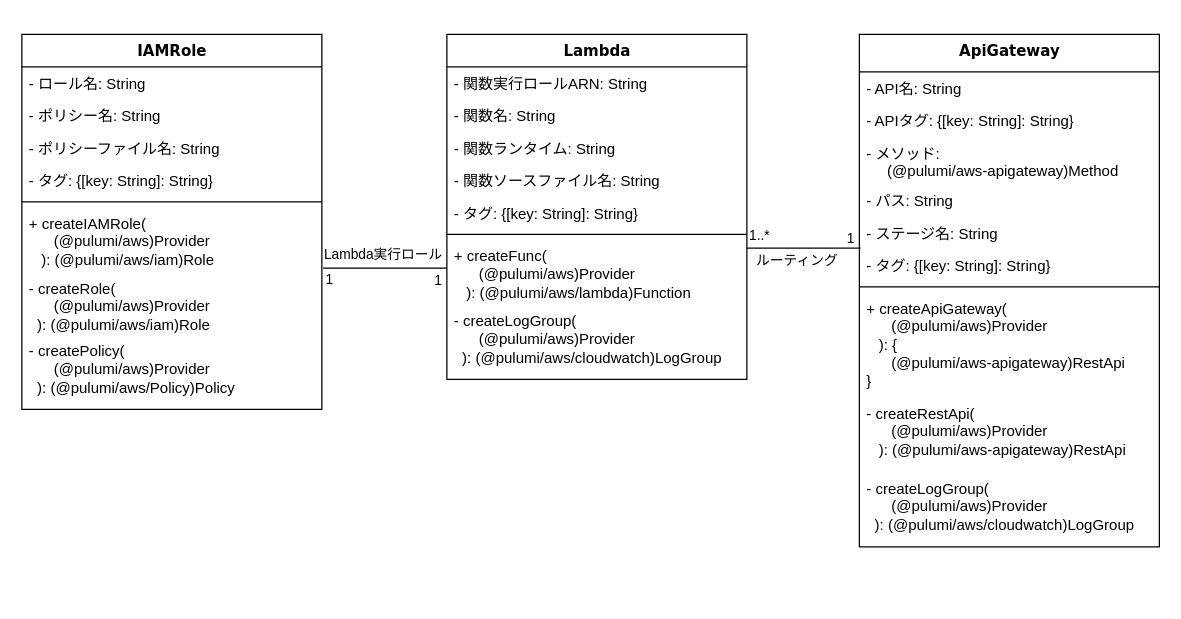
The draw.io diagram .docs/PicToTextInfraClass.drawio in takata-kento/InfraPicToTxt, before the edit. Source tidied: cells renumbered, new cells numbered last; positions are measured from the earlier drawing's top-left corner, leaving out a move shared by most shapes. Both pictures are drawn from the tidied source at 125%, with x=0, y=0 at pixel (21, 34).
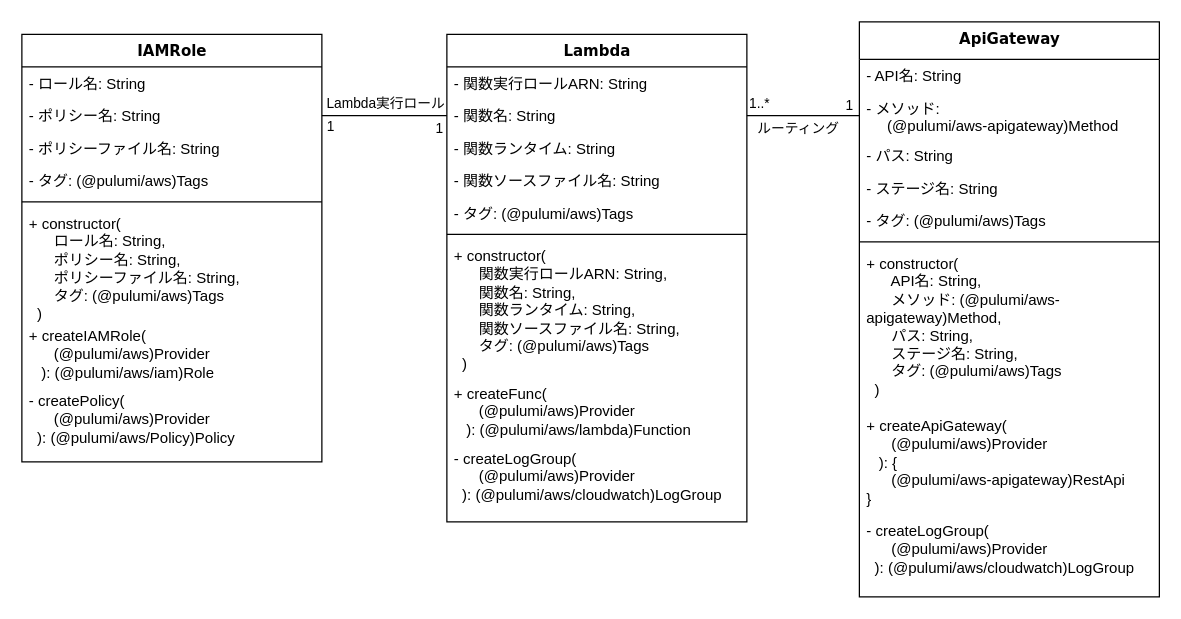
The same diagram, later.

Commit message (it also covers changes not shown here):
コンストラクタの記述が無かったので修正

Unchanged cells that the change refers to:
```xml
<mxCell id="4" value="- 関数名: String" style="text;html=1;strokeColor=none;fillColor=none;align=left;verticalAlign=top;spacingLeft=4;spacingRight=4;whiteSpace=wrap;overflow=hidden;points=[[0,0.5],[1,0.5]];portConstraint=eastwest;" parent="2" vertex="1">
  <mxGeometry y="52" width="240" height="26" as="geometry" />
</mxCell>
<mxCell id="30" value="- ポリシー名: String" style="text;html=1;strokeColor=none;fillColor=none;align=left;verticalAlign=top;spacingLeft=4;spacingRight=4;whiteSpace=wrap;overflow=hidden;points=[[0,0.5],[1,0.5]];portConstraint=eastwest;" parent="28" vertex="1">
  <mxGeometry y="52" width="240" height="26" as="geometry" />
</mxCell>
```

Diff of the diagram source:
```diff
@@
     <mxCell id="2" value="Lambda" style="swimlane;html=1;fontStyle=1;align=center;verticalAlign=top;horizontal=1;startSize=26;swimlaneFillColor=#ffffff;rounded=0;shadow=0;comic=0;labelBackgroundColor=none;strokeWidth=1;fillColor=none;fontFamily=Verdana;fontSize=12;" parent="1" vertex="1">
-      <mxGeometry x="340" width="240" height="276" as="geometry" />
+      <mxGeometry x="340" width="240" height="390" as="geometry" />
     </mxCell>
@@
-    <mxCell id="7" value="- タグ: {[key: String]: String}" style="text;html=1;strokeColor=none;fillColor=none;align=left;verticalAlign=top;spacingLeft=4;spacingRight=4;whiteSpace=wrap;overflow=hidden;" parent="2" vertex="1">
+    <mxCell id="7" value="- タグ: (@pulumi/aws)Tags" style="text;html=1;strokeColor=none;fillColor=none;align=left;verticalAlign=top;spacingLeft=4;spacingRight=4;whiteSpace=wrap;overflow=hidden;" parent="2" vertex="1">
       <mxGeometry y="130" width="240" height="26" as="geometry" />
     </mxCell>
@@
+    <mxCell id="41" value="+ constructor(&lt;div&gt;&amp;nbsp; &amp;nbsp; &amp;nbsp; 関数実行ロールARN: String,&lt;/div&gt;&lt;div&gt;&amp;nbsp; &amp;nbsp; &amp;nbsp; 関数名: String,&lt;/div&gt;&lt;div&gt;&amp;nbsp; &amp;nbsp; &amp;nbsp; 関数ランタイム: String,&lt;/div&gt;&lt;div&gt;&amp;nbsp; &amp;nbsp; &amp;nbsp; 関数ソースファイル名: String,&lt;br&gt;&lt;/div&gt;&lt;div&gt;&amp;nbsp; &amp;nbsp; &amp;nbsp; タグ:&amp;nbsp;&lt;span style=&quot;background-color: initial;&quot;&gt;(@pulumi/aws)Tags&lt;/span&gt;&lt;/div&gt;&lt;div&gt;&amp;nbsp; )&lt;/div&gt;" style="text;html=1;strokeColor=none;fillColor=none;align=left;verticalAlign=top;spacingLeft=4;spacingRight=4;whiteSpace=wrap;overflow=hidden;" parent="2" vertex="1">
+      <mxGeometry y="164" width="240" height="110" as="geometry" />
+    </mxCell>
     <mxCell id="9" value="+ createFunc(&lt;div&gt;&amp;nbsp; &amp;nbsp; &amp;nbsp; (@pulumi/aws)Provider&lt;/div&gt;&lt;div&gt;&amp;nbsp; &amp;nbsp;): (@pulumi/aws/lambda)Function&lt;/div&gt;" style="text;html=1;strokeColor=none;fillColor=none;align=left;verticalAlign=top;spacingLeft=4;spacingRight=4;whiteSpace=wrap;overflow=hidden;points=[[0,0.5],[1,0.5]];portConstraint=eastwest;" parent="2" vertex="1">
-      <mxGeometry y="164" width="240" height="52" as="geometry" />
+      <mxGeometry y="274" width="240" height="52" as="geometry" />
     </mxCell>
     <mxCell id="10" value="- createLogGroup(&lt;div&gt;&amp;nbsp; &amp;nbsp; &amp;nbsp; (@pulumi/aws)Provider&lt;/div&gt;&lt;div&gt;&amp;nbsp; ):&amp;nbsp;&lt;span style=&quot;background-color: initial;&quot;&gt;(@pulumi/aws/cloudwatch)LogGroup&lt;/span&gt;&lt;/div&gt;" style="text;html=1;strokeColor=none;fillColor=none;align=left;verticalAlign=top;spacingLeft=4;spacingRight=4;whiteSpace=wrap;overflow=hidden;" parent="2" vertex="1">
-      <mxGeometry y="216" width="240" height="50" as="geometry" />
+      <mxGeometry y="326" width="240" height="50" as="geometry" />
     </mxCell>
@@
     <mxCell id="13" value="&lt;div&gt;ApiGateway&lt;/div&gt;" style="swimlane;html=1;fontStyle=1;align=center;verticalAlign=top;horizontal=1;startSize=30;swimlaneFillColor=#ffffff;rounded=0;shadow=0;comic=0;labelBackgroundColor=none;strokeWidth=1;fillColor=none;fontFamily=Verdana;fontSize=12;" parent="1" vertex="1">
-      <mxGeometry x="670" width="240" height="410" as="geometry" />
+      <mxGeometry x="670" y="-10" width="240" height="460" as="geometry" />
     </mxCell>
@@
-    <mxCell id="15" value="- APIタグ: {[key: String]: String}" style="text;html=1;strokeColor=none;fillColor=none;align=left;verticalAlign=top;spacingLeft=4;spacingRight=4;whiteSpace=wrap;overflow=hidden;" parent="13" vertex="1">
-      <mxGeometry y="56" width="240" height="26" as="geometry" />
-    </mxCell>
     <mxCell id="16" value="- メソッド:&lt;div&gt;&amp;nbsp; &amp;nbsp; &amp;nbsp;(@pulumi/aws-apigateway)Method&lt;/div&gt;" style="text;html=1;strokeColor=none;fillColor=none;align=left;verticalAlign=top;spacingLeft=4;spacingRight=4;whiteSpace=wrap;overflow=hidden;points=[[0,0.5],[1,0.5]];portConstraint=eastwest;" parent="13" vertex="1">
-      <mxGeometry y="82" width="240" height="38" as="geometry" />
+      <mxGeometry y="56" width="240" height="38" as="geometry" />
     </mxCell>
     <mxCell id="17" value="- パス: String" style="text;html=1;strokeColor=none;fillColor=none;align=left;verticalAlign=top;spacingLeft=4;spacingRight=4;whiteSpace=wrap;overflow=hidden;" parent="13" vertex="1">
-      <mxGeometry y="120" width="240" height="26" as="geometry" />
+      <mxGeometry y="94" width="240" height="26" as="geometry" />
     </mxCell>
     <mxCell id="18" value="- ステージ名: String" style="text;html=1;strokeColor=none;fillColor=none;align=left;verticalAlign=top;spacingLeft=4;spacingRight=4;whiteSpace=wrap;overflow=hidden;points=[[0,0.5],[1,0.5]];portConstraint=eastwest;" parent="13" vertex="1">
-      <mxGeometry y="146" width="240" height="26" as="geometry" />
+      <mxGeometry y="120" width="240" height="26" as="geometry" />
     </mxCell>
-    <mxCell id="19" value="- タグ: {[key: String]: String}" style="text;html=1;strokeColor=none;fillColor=none;align=left;verticalAlign=top;spacingLeft=4;spacingRight=4;whiteSpace=wrap;overflow=hidden;" parent="13" vertex="1">
-      <mxGeometry y="172" width="240" height="26" as="geometry" />
+    <mxCell id="19" value="- タグ: (@pulumi/aws)Tags" style="text;html=1;strokeColor=none;fillColor=none;align=left;verticalAlign=top;spacingLeft=4;spacingRight=4;whiteSpace=wrap;overflow=hidden;" parent="13" vertex="1">
+      <mxGeometry y="146" width="240" height="26" as="geometry" />
     </mxCell>
     <mxCell id="20" style="line;html=1;strokeWidth=1;fillColor=none;align=left;verticalAlign=middle;spacingTop=-1;spacingLeft=3;spacingRight=3;labelPosition=right;" parent="13" vertex="1">
-      <mxGeometry y="198" width="240" height="8" as="geometry" />
+      <mxGeometry y="172" width="240" height="8" as="geometry" />
     </mxCell>
+    <mxCell id="42" value="+ constructor(&lt;div&gt;&amp;nbsp; &amp;nbsp; &amp;nbsp; API名: String,&lt;/div&gt;&lt;div&gt;&amp;nbsp; &amp;nbsp; &amp;nbsp; メソッド: (@pulumi/aws-apigateway)Method,&lt;/div&gt;&lt;div&gt;&amp;nbsp; &amp;nbsp; &amp;nbsp; パス: String,&lt;/div&gt;&lt;div&gt;&amp;nbsp; &amp;nbsp; &amp;nbsp; ステージ名: String,&lt;br&gt;&lt;/div&gt;&lt;div&gt;&amp;nbsp; &amp;nbsp; &amp;nbsp; タグ:&amp;nbsp;&lt;span style=&quot;background-color: initial;&quot;&gt;(@pulumi/aws)Tags&lt;/span&gt;&lt;/div&gt;&lt;div&gt;&amp;nbsp; )&lt;/div&gt;" style="text;html=1;strokeColor=none;fillColor=none;align=left;verticalAlign=top;spacingLeft=4;spacingRight=4;whiteSpace=wrap;overflow=hidden;" parent="13" vertex="1">
+      <mxGeometry y="180" width="240" height="130" as="geometry" />
+    </mxCell>
     <mxCell id="21" value="+ createApiGateway(&lt;div&gt;&amp;nbsp; &amp;nbsp; &amp;nbsp; (@pulumi/aws)Provider&lt;/div&gt;&lt;div&gt;&amp;nbsp; &amp;nbsp;): {&lt;/div&gt;&lt;div&gt;&amp;nbsp; &amp;nbsp; &amp;nbsp; (@pulumi/aws-apigateway)RestApi&lt;/div&gt;&lt;div&gt;&lt;span style=&quot;background-color: initial;&quot;&gt;}&lt;/span&gt;&lt;/div&gt;" style="text;html=1;strokeColor=none;fillColor=none;align=left;verticalAlign=top;spacingLeft=4;spacingRight=4;whiteSpace=wrap;overflow=hidden;" parent="13" vertex="1">
-      <mxGeometry y="206" width="240" height="84" as="geometry" />
+      <mxGeometry y="310" width="240" height="84" as="geometry" />
     </mxCell>
-    <mxCell id="22" value="- createRestApi(&lt;div&gt;&amp;nbsp; &amp;nbsp; &amp;nbsp; (@pulumi/aws)Provider&lt;/div&gt;&lt;div&gt;&amp;nbsp; &amp;nbsp;):&amp;nbsp;&lt;span style=&quot;background-color: initial;&quot;&gt;(@pulumi/aws-apigateway)RestApi&lt;/span&gt;&lt;/div&gt;" style="text;html=1;strokeColor=none;fillColor=none;align=left;verticalAlign=top;spacingLeft=4;spacingRight=4;whiteSpace=wrap;overflow=hidden;" parent="13" vertex="1">
-      <mxGeometry y="290" width="240" height="60" as="geometry" />
-    </mxCell>
     <mxCell id="23" value="- createLogGroup(&lt;div&gt;&amp;nbsp; &amp;nbsp; &amp;nbsp; (@pulumi/aws)Provider&lt;/div&gt;&lt;div&gt;&amp;nbsp; ):&amp;nbsp;&lt;span style=&quot;background-color: initial;&quot;&gt;(@pulumi/aws/cloudwatch)LogGroup&lt;/span&gt;&lt;/div&gt;" style="text;html=1;strokeColor=none;fillColor=none;align=left;verticalAlign=top;spacingLeft=4;spacingRight=4;whiteSpace=wrap;overflow=hidden;" parent="13" vertex="1">
-      <mxGeometry y="350" width="240" height="50" as="geometry" />
+      <mxGeometry y="394" width="240" height="50" as="geometry" />
     </mxCell>
-    <mxCell id="24" style="endArrow=none;html=1;rounded=0;entryX=0.004;entryY=0.962;entryDx=0;entryDy=0;entryPerimeter=0;exitX=1;exitY=0.135;exitDx=0;exitDy=0;exitPerimeter=0;" parent="1" edge="1" source="9" target="18">
+    <mxCell id="24" style="endArrow=none;html=1;rounded=0;entryX=0;entryY=0.5;entryDx=0;entryDy=0;exitX=1;exitY=0.5;exitDx=0;exitDy=0;" parent="1" edge="1" source="4" target="16">
       <mxGeometry relative="1" as="geometry" />
     </mxCell>
@@
     <mxCell id="28" value="IAMRole" style="swimlane;html=1;fontStyle=1;align=center;verticalAlign=top;horizontal=1;startSize=26;swimlaneFillColor=#ffffff;rounded=0;shadow=0;comic=0;labelBackgroundColor=none;strokeWidth=1;fillColor=none;fontFamily=Verdana;fontSize=12;" parent="1" vertex="1">
-      <mxGeometry width="240" height="300" as="geometry" />
+      <mxGeometry width="240" height="342" as="geometry" />
     </mxCell>
@@
-    <mxCell id="32" value="- タグ: {[key: String]: String}" style="text;html=1;strokeColor=none;fillColor=none;align=left;verticalAlign=top;spacingLeft=4;spacingRight=4;whiteSpace=wrap;overflow=hidden;" parent="28" vertex="1">
+    <mxCell id="32" value="- タグ: (@pulumi/aws)Tags" style="text;html=1;strokeColor=none;fillColor=none;align=left;verticalAlign=top;spacingLeft=4;spacingRight=4;whiteSpace=wrap;overflow=hidden;" parent="28" vertex="1">
       <mxGeometry y="104" width="240" height="26" as="geometry" />
     </mxCell>
@@
+    <mxCell id="43" value="+ constructor(&lt;div&gt;&amp;nbsp; &amp;nbsp; &amp;nbsp; ロール名: String,&lt;/div&gt;&lt;div&gt;&amp;nbsp; &amp;nbsp; &amp;nbsp; ポリシー名: String,&lt;/div&gt;&lt;div&gt;&amp;nbsp; &amp;nbsp; &amp;nbsp; ポリシーファイル名: String,&lt;/div&gt;&lt;div&gt;&amp;nbsp; &amp;nbsp; &amp;nbsp; タグ:&amp;nbsp;&lt;span style=&quot;background-color: initial;&quot;&gt;(@pulumi/aws)Tags&lt;/span&gt;&lt;/div&gt;&lt;div&gt;&amp;nbsp; )&lt;/div&gt;" style="text;html=1;strokeColor=none;fillColor=none;align=left;verticalAlign=top;spacingLeft=4;spacingRight=4;whiteSpace=wrap;overflow=hidden;" parent="28" vertex="1">
+      <mxGeometry y="138" width="240" height="90" as="geometry" />
+    </mxCell>
     <mxCell id="34" value="+ createIAMRole(&lt;div&gt;&amp;nbsp; &amp;nbsp; &amp;nbsp; (@pulumi/aws)Provider&lt;/div&gt;&lt;div&gt;&amp;nbsp; &amp;nbsp;): (@pulumi/aws/iam)Role&lt;/div&gt;" style="text;html=1;strokeColor=none;fillColor=none;align=left;verticalAlign=top;spacingLeft=4;spacingRight=4;whiteSpace=wrap;overflow=hidden;" parent="28" vertex="1">
-      <mxGeometry y="138" width="240" height="52" as="geometry" />
+      <mxGeometry y="228" width="240" height="52" as="geometry" />
     </mxCell>
-    <mxCell id="35" value="- createRole(&lt;div&gt;&amp;nbsp; &amp;nbsp; &amp;nbsp; (@pulumi/aws)Provider&lt;/div&gt;&lt;div&gt;&amp;nbsp; ):&amp;nbsp;&lt;span style=&quot;background-color: initial;&quot;&gt;(@pulumi/aws/iam)Role&lt;/span&gt;&lt;/div&gt;" style="text;html=1;strokeColor=none;fillColor=none;align=left;verticalAlign=top;spacingLeft=4;spacingRight=4;whiteSpace=wrap;overflow=hidden;points=[[0,0.5],[1,0.5]];portConstraint=eastwest;" parent="28" vertex="1">
-      <mxGeometry y="190" width="240" height="50" as="geometry" />
-    </mxCell>
     <mxCell id="36" value="- createPolicy(&lt;div&gt;&amp;nbsp; &amp;nbsp; &amp;nbsp; (@pulumi/aws)Provider&lt;/div&gt;&lt;div&gt;&amp;nbsp; ):&amp;nbsp;&lt;span style=&quot;background-color: initial;&quot;&gt;(@pulumi/aws/Policy)Policy&lt;/span&gt;&lt;/div&gt;" style="text;html=1;strokeColor=none;fillColor=none;align=left;verticalAlign=top;spacingLeft=4;spacingRight=4;whiteSpace=wrap;overflow=hidden;" parent="28" vertex="1">
-      <mxGeometry y="240" width="240" height="50" as="geometry" />
+      <mxGeometry y="280" width="240" height="50" as="geometry" />
     </mxCell>
-    <mxCell id="37" style="endArrow=none;html=1;rounded=0;exitX=1.004;exitY=-0.06;exitDx=0;exitDy=0;exitPerimeter=0;" parent="1" edge="1" source="35">
-      <mxGeometry relative="1" as="geometry">
-        <mxPoint x="340" y="187" as="targetPoint" />
-      </mxGeometry>
+    <mxCell id="37" style="endArrow=none;html=1;rounded=0;exitX=1;exitY=0.5;exitDx=0;exitDy=0;entryX=0;entryY=0.5;entryDx=0;entryDy=0;" parent="1" edge="1" source="30" target="4">
+      <mxGeometry relative="1" as="geometry" />
     </mxCell>
@@
-    <mxCell id="40" value="Lambda実行ロール" style="edgeLabel;html=1;align=center;verticalAlign=middle;" parent="1" vertex="1">
-      <mxGeometry x="294" y="179" as="geometry">
-        <mxPoint x="-6" y="-4" as="offset" />
+    <mxCell id="40" value="Lambda実行ロール" style="edgeLabel;html=1;align=center;verticalAlign=middle;" parent="37" vertex="1">
+      <mxGeometry x="-0.08" y="-1" relative="1" as="geometry">
+        <mxPoint x="4" y="-12" as="offset" />
       </mxGeometry>
     </mxCell>
```
